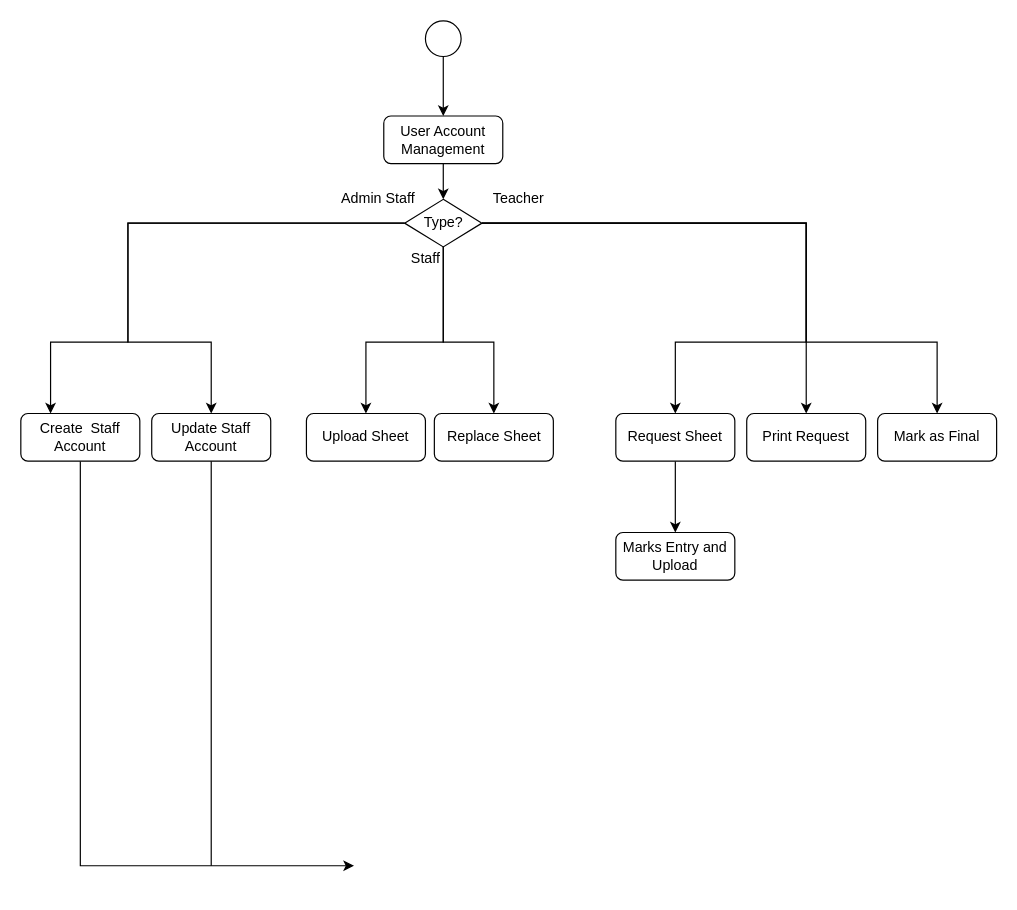
Above: Untitled Diagram.drawio in Tahsinoshin/test (draw.io), before the change. Source tidied: cells renumbered, new cells numbered last; positions are measured from the earlier drawing's top-left corner, leaving out a move shared by most shapes. Both pictures are drawn from the tidied source at 119%, with x=0, y=0 at pixel (20, 20).
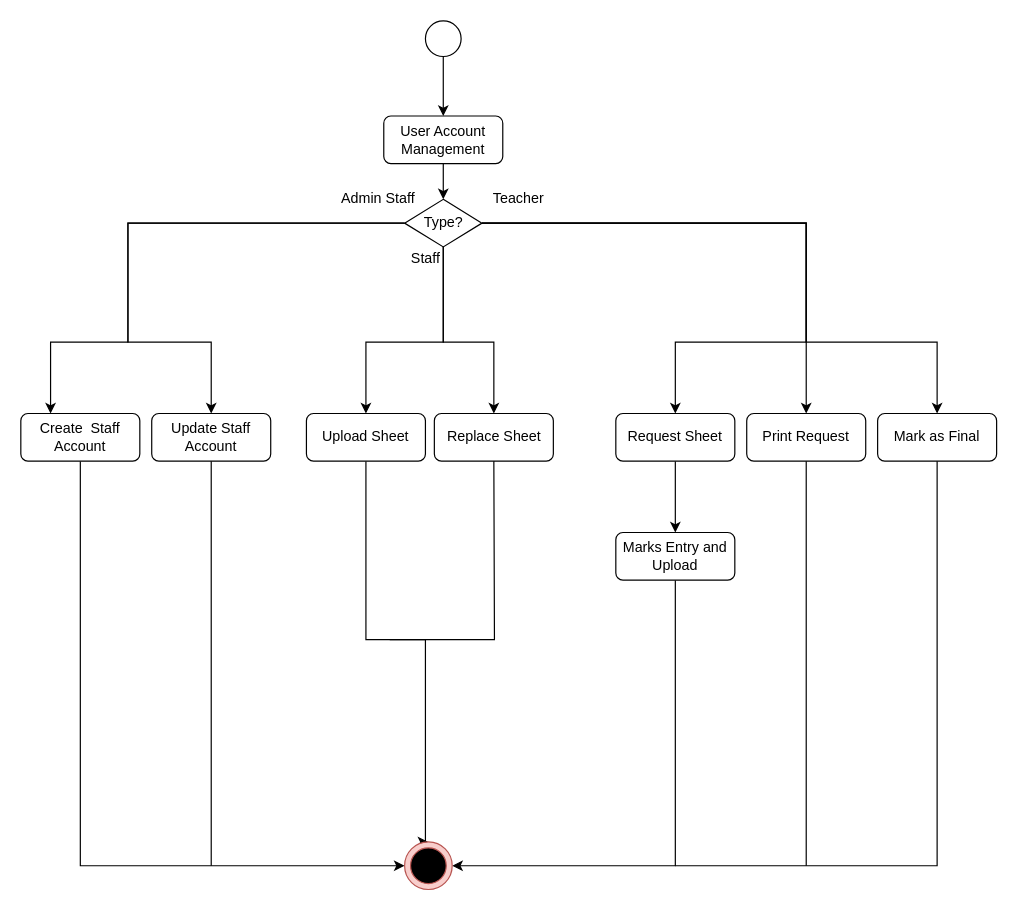
Above is the later version.

Unchanged cells that the change refers to:
```xml
<mxCell id="7" value="Create&amp;nbsp; Staff Account" style="rounded=1;whiteSpace=wrap;html=1;" parent="1" vertex="1">
  <mxGeometry y="330" width="100" height="40" as="geometry" />
</mxCell>
<mxCell id="20" value="Upload Sheet" style="rounded=1;whiteSpace=wrap;html=1;" parent="1" vertex="1">
  <mxGeometry x="240" y="330" width="100" height="40" as="geometry" />
</mxCell>
<mxCell id="21" value="Replace Sheet" style="rounded=1;whiteSpace=wrap;html=1;" parent="1" vertex="1">
  <mxGeometry x="347.5" y="330" width="100" height="40" as="geometry" />
</mxCell>
<mxCell id="24" value="Marks Entry and Upload" style="rounded=1;whiteSpace=wrap;html=1;" parent="1" vertex="1">
  <mxGeometry x="500" y="430" width="100" height="40" as="geometry" />
</mxCell>
<mxCell id="25" value="Print Request" style="rounded=1;whiteSpace=wrap;html=1;" parent="1" vertex="1">
  <mxGeometry x="610" y="330" width="100" height="40" as="geometry" />
</mxCell>
<mxCell id="26" value="Mark as Final" style="rounded=1;whiteSpace=wrap;html=1;" parent="1" vertex="1">
  <mxGeometry x="720" y="330" width="100" height="40" as="geometry" />
</mxCell>
```

Diff of the diagram source:
```diff
@@
-    <mxCell id="6" style="edgeStyle=orthogonalEdgeStyle;rounded=0;jettySize=auto;html=1;exitX=0.5;exitY=1;exitDx=0;exitDy=0;" parent="1" edge="1" source="7">
+    <mxCell id="6" style="edgeStyle=orthogonalEdgeStyle;rounded=0;jettySize=auto;html=1;exitX=0.5;exitY=1;exitDx=0;exitDy=0;" parent="1" edge="1" source="7" target="33">
       <mxGeometry relative="1" as="geometry">
-        <mxPoint x="280" y="710" as="targetPoint" />
         <Array as="points">
           <mxPoint x="50" y="710" />
           <mxPoint x="270" y="710" />
         </Array>
       </mxGeometry>
     </mxCell>
@@
+    <mxCell id="28" style="edgeStyle=orthogonalEdgeStyle;rounded=0;jettySize=auto;html=1;entryX=0.5;entryY=0;entryDx=0;entryDy=0;" parent="1" edge="1" source="20" target="33">
+      <mxGeometry relative="1" as="geometry">
+        <Array as="points">
+          <mxPoint x="290" y="520" />
+          <mxPoint x="340" y="520" />
+          <mxPoint x="340" y="690" />
+        </Array>
+      </mxGeometry>
+    </mxCell>
@@
+    <mxCell id="29" style="edgeStyle=orthogonalEdgeStyle;rounded=0;jettySize=auto;html=1;exitX=0.5;exitY=1;exitDx=0;exitDy=0;entryX=1;entryY=0.5;entryDx=0;entryDy=0;" parent="1" edge="1" source="24" target="33">
+      <mxGeometry relative="1" as="geometry">
+        <Array as="points">
+          <mxPoint x="550" y="710" />
+        </Array>
+      </mxGeometry>
+    </mxCell>
@@
+    <mxCell id="30" style="endArrow=none;html=1;rounded=0;entryX=0.5;entryY=1;entryDx=0;entryDy=0;" parent="1" edge="1" target="21">
+      <mxGeometry relative="1" as="geometry">
+        <mxPoint x="310" y="520" as="sourcePoint" />
+        <Array as="points">
+          <mxPoint x="398" y="520" />
+        </Array>
+      </mxGeometry>
+    </mxCell>
+    <mxCell id="31" style="endArrow=none;html=1;rounded=0;entryX=0.5;entryY=1;entryDx=0;entryDy=0;" parent="1" edge="1" target="25">
+      <mxGeometry relative="1" as="geometry">
+        <mxPoint x="660" y="710" as="sourcePoint" />
+      </mxGeometry>
+    </mxCell>
+    <mxCell id="32" style="endArrow=none;html=1;rounded=0;entryX=0.5;entryY=1;entryDx=0;entryDy=0;" parent="1" edge="1" target="26">
+      <mxGeometry relative="1" as="geometry">
+        <mxPoint x="550" y="710" as="sourcePoint" />
+        <Array as="points">
+          <mxPoint x="770" y="710" />
+        </Array>
+      </mxGeometry>
+    </mxCell>
+    <mxCell id="33" style="ellipse;whiteSpace=wrap;html=1;fillColor=#f8cecc;strokeColor=#b85450;" parent="1" vertex="1">
+      <mxGeometry x="322.5" y="690" width="40" height="40" as="geometry" />
+    </mxCell>
+    <mxCell id="34" style="ellipse;whiteSpace=wrap;html=1;fillColor=#000000;strokeColor=#b85450;" parent="1" vertex="1">
+      <mxGeometry x="327.5" y="695" width="30" height="30" as="geometry" />
+    </mxCell>
```
